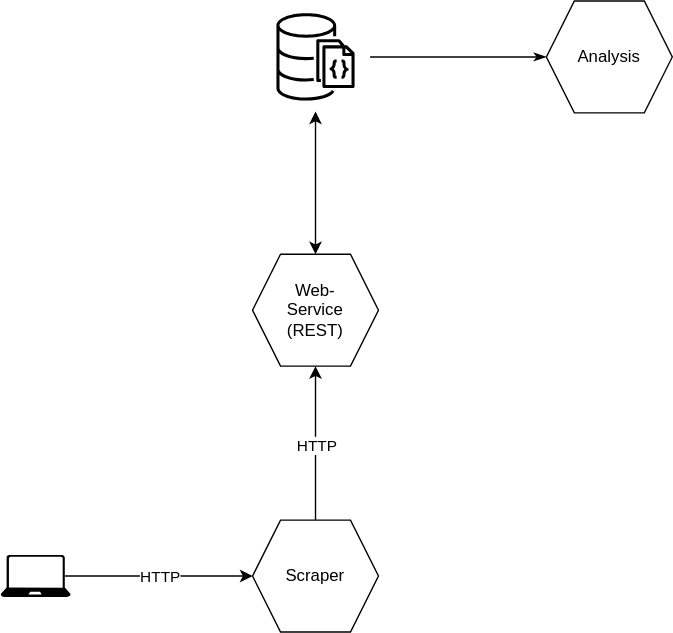
The draw.io diagram BIGD_architecture.drawio.svg in Daezu/diagrams, before a commit. Source tidied: cells renumbered, new cells last; positions are measured from the earlier drawing's top-left corner, leaving out a move shared by most shapes.
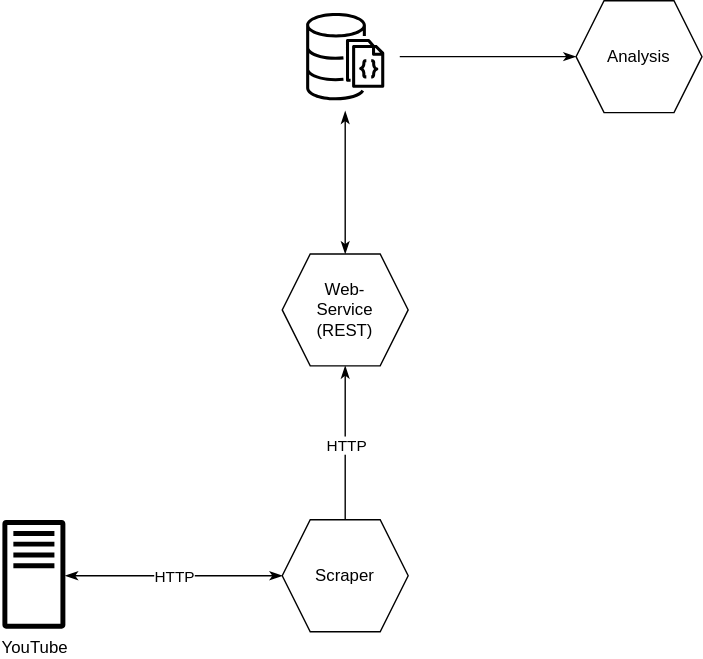
Later version of the same file.

The edit, as a diff of the source:
```diff
@@ -2,7 +2,7 @@
   <root>
     <mxCell id="0" />
     <mxCell id="1" parent="0" />
-    <mxCell id="2" style="edgeStyle=orthogonalEdgeStyle;rounded=0;jettySize=auto;html=1;entryX=0.5;entryY=1;entryDx=0;entryDy=0;labelBackgroundColor=none;strokeColor=#000000;" parent="1" edge="1" source="4" target="6">
+    <mxCell id="2" style="edgeStyle=orthogonalEdgeStyle;rounded=0;jettySize=auto;html=1;entryX=0.5;entryY=1;entryDx=0;entryDy=0;labelBackgroundColor=none;strokeColor=#000000;endArrow=classicThin;endFill=1;" parent="1" edge="1" source="4" target="6">
       <mxGeometry relative="1" as="geometry" />
     </mxCell>
     <mxCell id="3" value="HTTP" style="edgeLabel;html=1;align=center;verticalAlign=middle;labelBackgroundColor=default;" parent="2" vertex="1">
@@ -13,7 +13,7 @@
     <mxCell id="4" value="Scraper" style="shape=hexagon;perimeter=hexagonPerimeter2;whiteSpace=wrap;html=1;fixedSize=1;size=20;" parent="1" vertex="1">
       <mxGeometry x="180" y="371" width="90" height="80" as="geometry" />
     </mxCell>
-    <mxCell id="5" style="edgeStyle=orthogonalEdgeStyle;rounded=0;jettySize=auto;html=1;startArrow=classic;startFill=1;strokeColor=#000000;entryX=0.5;entryY=1;entryDx=0;entryDy=0;entryPerimeter=0;" parent="1" edge="1" source="6" target="12">
+    <mxCell id="5" style="edgeStyle=orthogonalEdgeStyle;rounded=0;jettySize=auto;html=1;startArrow=classicThin;startFill=1;strokeColor=#000000;entryX=0.5;entryY=1;entryDx=0;entryDy=0;entryPerimeter=0;endArrow=classicThin;endFill=1;" parent="1" edge="1" source="6" target="12">
       <mxGeometry relative="1" as="geometry" />
     </mxCell>
     <mxCell id="6" value="&lt;div&gt;Web-&lt;/div&gt;&lt;div&gt;Service&lt;/div&gt;(REST)" style="shape=hexagon;perimeter=hexagonPerimeter2;whiteSpace=wrap;html=1;fixedSize=1;size=20;fillColor=#FFFFFF;strokeColor=#000000;fontColor=#000000;" parent="1" vertex="1">
@@ -25,14 +25,10 @@
     <mxCell id="8" value="Analysis" style="shape=hexagon;perimeter=hexagonPerimeter2;whiteSpace=wrap;html=1;fixedSize=1;size=20;" parent="1" vertex="1">
       <mxGeometry x="390" width="90" height="80" as="geometry" />
     </mxCell>
-    <mxCell id="9" style="sketch=0;shadow=0;dashed=0;html=1;strokeColor=none;labelPosition=center;verticalLabelPosition=bottom;verticalAlign=top;align=center;fillColor=#000000;shape=mxgraph.azure.laptop;" parent="1" vertex="1">
-      <mxGeometry y="396" width="50" height="30" as="geometry" />
-    </mxCell>
-    <mxCell id="10" style="edgeStyle=orthogonalEdgeStyle;rounded=0;jettySize=auto;html=1;entryX=0;entryY=0.5;entryDx=0;entryDy=0;strokeColor=#000000;exitX=0.92;exitY=0.5;exitDx=0;exitDy=0;exitPerimeter=0;" parent="1" edge="1" source="9" target="4">
+    <mxCell id="10" style="edgeStyle=orthogonalEdgeStyle;rounded=0;jettySize=auto;html=1;entryX=0;entryY=0.5;entryDx=0;entryDy=0;strokeColor=#000000;startArrow=classicThin;startFill=1;endArrow=classicThin;endFill=1;" parent="1" edge="1" source="13" target="4">
       <mxGeometry relative="1" as="geometry">
         <Array as="points">
-          <mxPoint x="120" y="411" />
-          <mxPoint x="120" y="411" />
+          <mxPoint x="3" y="411" />
         </Array>
       </mxGeometry>
     </mxCell>
@@ -42,5 +38,8 @@
     <mxCell id="12" style="sketch=0;points=[[0,0,0],[0.25,0,0],[0.5,0,0],[0.75,0,0],[1,0,0],[0,1,0],[0.25,1,0],[0.5,1,0],[0.75,1,0],[1,1,0],[0,0.25,0],[0,0.5,0],[0,0.75,0],[1,0.25,0],[1,0.5,0],[1,0.75,0]];outlineConnect=0;fontColor=#232F3E;fillColor=none;strokeColor=#000000;dashed=0;verticalLabelPosition=bottom;verticalAlign=top;align=center;html=1;fontSize=12;fontStyle=0;shape=mxgraph.aws4.resourceIcon;resIcon=mxgraph.aws4.documentdb_with_mongodb_compatibility;" parent="1" vertex="1">
       <mxGeometry x="186" y="1" width="78" height="78" as="geometry" />
     </mxCell>
+    <mxCell id="13" value="&lt;font color=&quot;#000000&quot;&gt;YouTube&lt;/font&gt;" style="sketch=0;outlineConnect=0;fontColor=#232F3E;gradientColor=none;fillColor=#000000;strokeColor=none;dashed=0;verticalLabelPosition=bottom;verticalAlign=top;align=center;html=1;fontSize=12;fontStyle=0;shape=mxgraph.aws4.traditional_server;" parent="1" vertex="1">
+      <mxGeometry x="-20" y="371" width="45" height="78" as="geometry" />
+    </mxCell>
   </root>
 </mxGraphModel>
```
